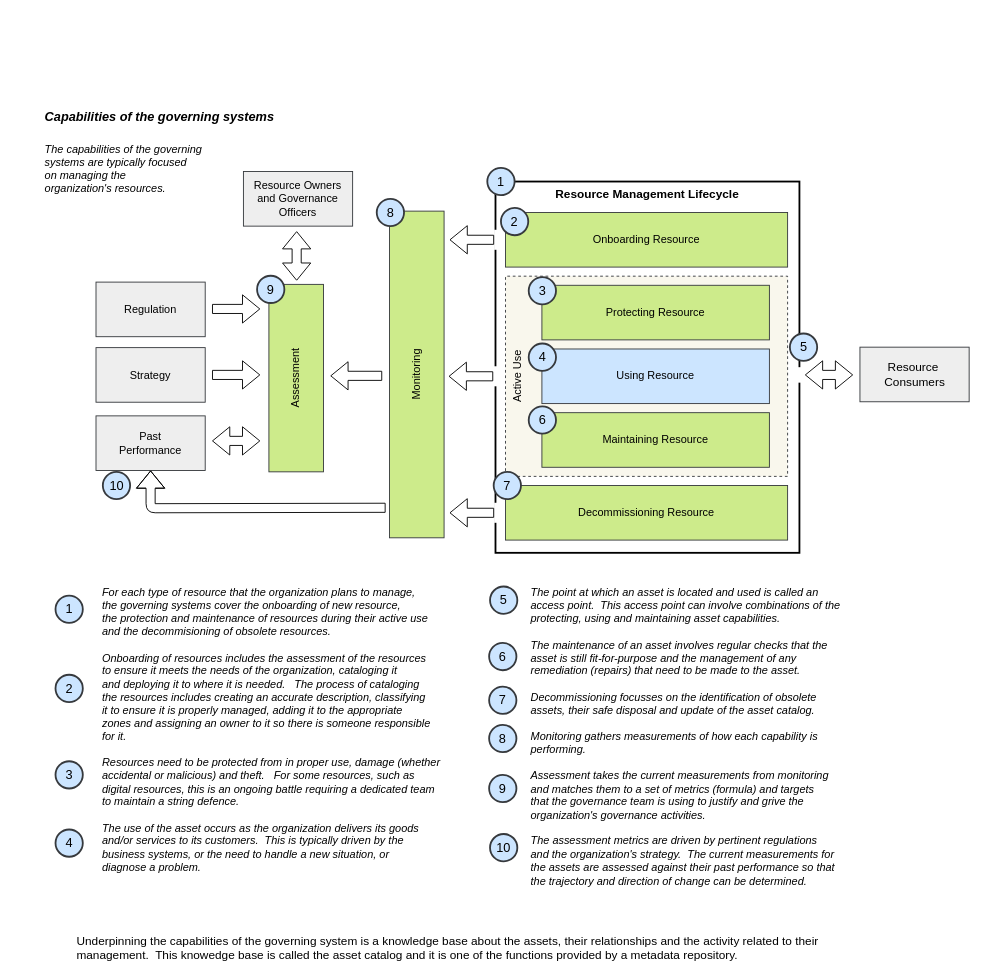
Before: page "resource-management" (4 of 5) of site/docs/practices/governance-basics/simple-model-of-an-org.drawio in odpi/egeria-docs, a draw.io diagram. Source tidied: cells renumbered, new cells numbered last; positions are measured from the earlier drawing's top-left corner, leaving out a move shared by most shapes. Both pictures are drawn from the tidied source at 91%, with x=0, y=0 at pixel (43, 106).
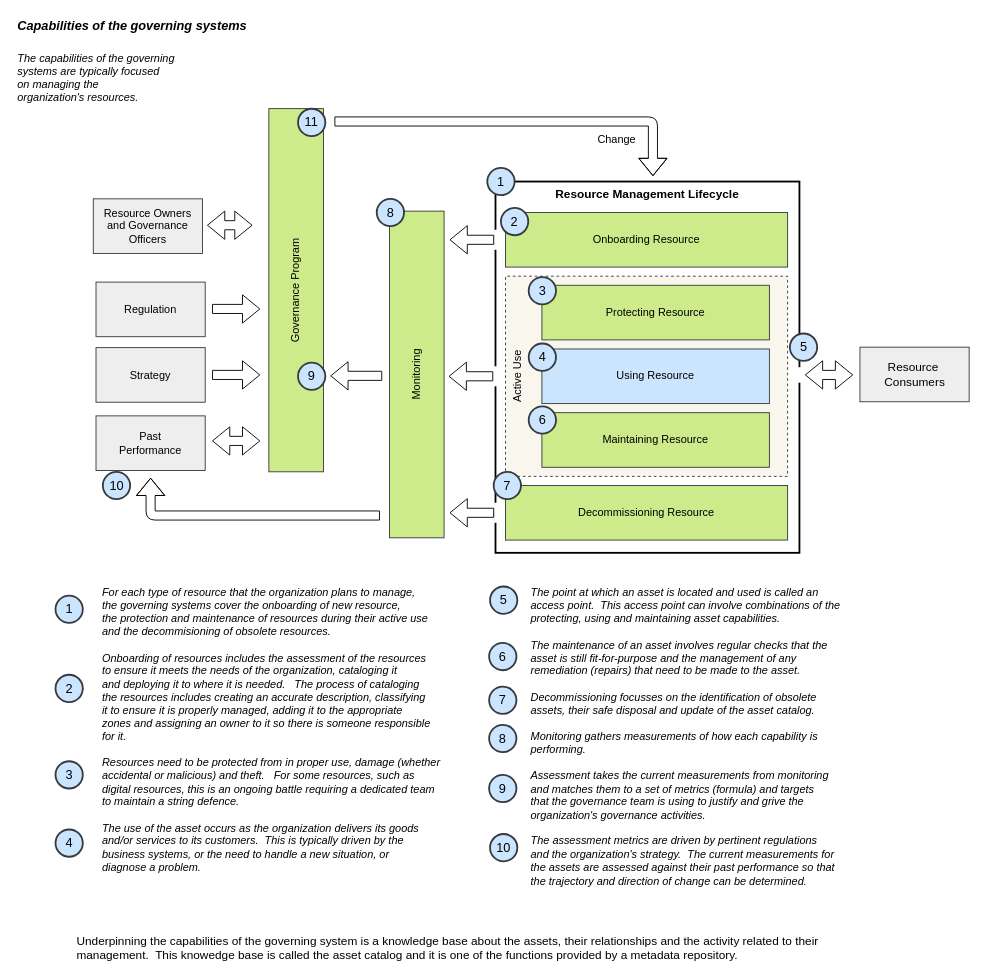
The same page after the edit.

Commit message (it also covers changes not shown here):
Add description of govenance program lifecycle:

Unchanged cells that the change refers to:
```xml
<mxCell id="3" style="rounded=0;whiteSpace=wrap;html=1;strokeColor=none;strokeWidth=1;fontSize=13;align=center;" parent="1" vertex="1">
  <mxGeometry x="258.5" y="191" width="40" height="20" as="geometry" />
</mxCell>
<mxCell id="4" style="rounded=0;whiteSpace=wrap;html=1;strokeColor=none;strokeWidth=1;fontSize=13;align=center;" parent="1" vertex="1">
  <mxGeometry x="258.5" y="116.5" width="40" height="20" as="geometry" />
</mxCell>
<mxCell id="13" style="rounded=0;whiteSpace=wrap;html=1;rotation=-90;strokeColor=none;" parent="1" vertex="1">
  <mxGeometry x="235" y="288" width="290" height="15" as="geometry" />
</mxCell>
<mxCell id="24" value="Past&lt;br&gt;Performance&lt;br&gt;" style="rounded=0;whiteSpace=wrap;html=1;fillColor=#eeeeee;strokeColor=#36393d;" parent="1" vertex="1">
  <mxGeometry x="58" y="339.5" width="120" height="60" as="geometry" />
</mxCell>
```

Diff of the diagram source:
```diff
@@
-    <mxCell id="2" style="shape=flexArrow;endArrow=classic;startArrow=classic;html=1;strokeColor=#000000;fontSize=13;entryX=0.5;entryY=0;entryDx=0;entryDy=0;" parent="1" edge="1" source="4" target="3">
-      <mxGeometry relative="1" as="geometry" />
+    <mxCell id="2" style="shape=flexArrow;endArrow=classic;startArrow=classic;html=1;strokeColor=#000000;fontSize=13;" parent="1" edge="1">
+      <mxGeometry relative="1" as="geometry">
+        <mxPoint x="180" y="130" as="sourcePoint" />
+        <mxPoint x="230" y="130" as="targetPoint" />
+      </mxGeometry>
     </mxCell>
@@
-    <mxCell id="27" value="Assessment" style="rounded=0;whiteSpace=wrap;html=1;rotation=-90;fillColor=#cdeb8b;strokeColor=#36393d;" parent="1" vertex="1">
-      <mxGeometry x="175" y="268" width="206" height="60" as="geometry" />
+    <mxCell id="27" value="Governance Program" style="rounded=0;whiteSpace=wrap;html=1;rotation=-90;fillColor=#cdeb8b;strokeColor=#36393d;" parent="1" vertex="1">
+      <mxGeometry x="78.4" y="171.4" width="399.1" height="60" as="geometry" />
     </mxCell>
@@
-    <mxCell id="32" style="shape=flexArrow;endArrow=classic;html=1;entryX=0.5;entryY=1;entryDx=0;entryDy=0;exitX=0;exitY=0.25;exitDx=0;exitDy=0;" parent="1" edge="1" source="13" target="24">
+    <mxCell id="32" style="shape=flexArrow;endArrow=classic;html=1;entryX=0.5;entryY=1;entryDx=0;entryDy=0;" parent="1" edge="1">
       <mxGeometry relative="1" as="geometry">
+        <mxPoint x="370" y="449" as="sourcePoint" />
+        <mxPoint x="118" y="407.5" as="targetPoint" />
         <Array as="points">
-          <mxPoint x="118" y="441" />
+          <mxPoint x="118" y="449" />
         </Array>
       </mxGeometry>
     </mxCell>
@@
     <mxCell id="35" value="Capabilities of the governing systems" style="text;html=1;align=left;verticalAlign=top;spacingTop=-4;fontSize=14;fontStyle=3;" parent="1" vertex="1">
-      <mxGeometry width="250" height="20" as="geometry" />
+      <mxGeometry x="-30" y="-100" width="250" height="20" as="geometry" />
     </mxCell>
@@
     <mxCell id="41" value="Resource Owners and Governance Officers" style="rounded=0;whiteSpace=wrap;html=1;fillColor=#eeeeee;strokeColor=#36393d;" parent="1" vertex="1">
-      <mxGeometry x="220" y="71" width="120" height="60" as="geometry" />
+      <mxGeometry x="55" y="101" width="120" height="60" as="geometry" />
     </mxCell>
@@
     <mxCell id="46" value="The capabilities of the governing&lt;br&gt;systems are typically focused&lt;br&gt;on managing the&lt;br&gt;organization's resources." style="text;html=1;align=left;verticalAlign=top;spacingTop=-4;imageAspect=0;overflow=visible;fontStyle=2;" parent="1" vertex="1">
-      <mxGeometry y="37" width="190" height="60" as="geometry" />
+      <mxGeometry x="-30" y="-63" width="190" height="60" as="geometry" />
     </mxCell>
@@
     <mxCell id="56" value="&lt;div style=&quot;text-align: center&quot;&gt;&lt;span&gt;9&lt;/span&gt;&lt;/div&gt;" style="ellipse;whiteSpace=wrap;html=1;strokeColor=#36393d;strokeWidth=2;fontSize=14;align=center;fillColor=#cce5ff;" parent="1" vertex="1">
-      <mxGeometry x="235" y="185.5" width="30" height="30" as="geometry" />
+      <mxGeometry x="280" y="281" width="30" height="30" as="geometry" />
     </mxCell>
@@
+    <mxCell id="65" style="shape=flexArrow;endArrow=classic;html=1;" parent="1" edge="1">
+      <mxGeometry relative="1" as="geometry">
+        <mxPoint x="320" y="16" as="sourcePoint" />
+        <mxPoint x="670" y="76" as="targetPoint" />
+        <Array as="points">
+          <mxPoint x="670" y="16" />
+        </Array>
+      </mxGeometry>
+    </mxCell>
+    <mxCell id="66" value="Change" style="text;html=1;align=center;verticalAlign=middle;strokeColor=none;fillColor=none;" parent="1" vertex="1">
+      <mxGeometry x="600" y="26" width="60" height="20" as="geometry" />
+    </mxCell>
+    <mxCell id="67" value="&lt;div style=&quot;text-align: center&quot;&gt;&lt;span&gt;11&lt;/span&gt;&lt;/div&gt;" style="ellipse;whiteSpace=wrap;html=1;strokeColor=#36393d;strokeWidth=2;fontSize=14;align=center;fillColor=#cce5ff;" parent="1" vertex="1">
+      <mxGeometry x="280" y="2" width="30" height="30" as="geometry" />
+    </mxCell>
```
